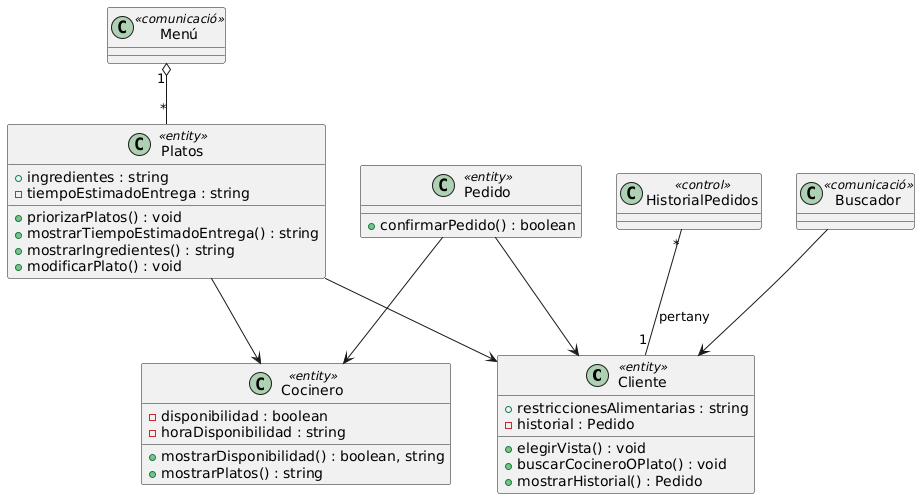
This is documents/Diagrama Clases/Diagramas/bloq2_diagrama_clase.png from dabien3/ES25UAB-511-05, a PlantUML export, as it was before one commit.
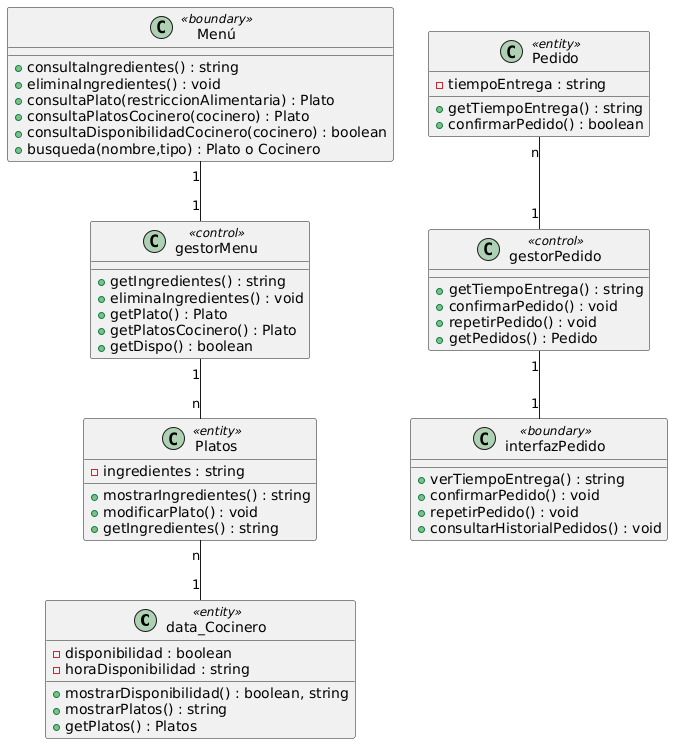
The same file after the commit.

What changed in the source:
```diff
@@ -1,41 +1,60 @@
 @startuml
-class Cliente <<entity>>
-{
-   +restriccionesAlimentarias : string
-   +elegirVista() : void
-   +buscarCocineroOPlato() : void
-   -historial : Pedido
-   +mostrarHistorial() : Pedido
-}
-class Cocinero <<entity>>
+class "data_Cocinero" as Cocinero <<entity>>
 {
    -disponibilidad : boolean
    -horaDisponibilidad : string
    +mostrarDisponibilidad() : boolean, string
    +mostrarPlatos() : string
+   +getPlatos() : Platos
 }
 class Pedido <<entity>>
 {
+   -tiempoEntrega : string
+   +getTiempoEntrega() : string
    +confirmarPedido() : boolean
 }
 class Platos <<entity>>
 {
-   +ingredientes : string
-   -tiempoEstimadoEntrega : string
-   +priorizarPlatos() : void
-   +mostrarTiempoEstimadoEntrega() : string
+   -ingredientes : string
    +mostrarIngredientes() : string
    +modificarPlato() : void
+   +getIngredientes() : string
 }
 
-class Menú <<comunicació>>
-class Buscador <<comunicació>>
-class HistorialPedidos <<control>>
-Pedido --> Cliente
-Pedido --> Cocinero
-Platos --> Cliente
-Platos --> Cocinero
-HistorialPedidos "*" -- "1" Cliente : pertany
-Menú "1" o-- "*" Platos
-Buscador --> Cliente
+class Menú <<boundary>>
+{
+   +consultaIngredientes() : string
+   +eliminaIngredientes() : void
+   +consultaPlato(restriccionAlimentaria) : Plato
+   +consultaPlatosCocinero(cocinero) : Plato
+   +consultaDisponibilidadCocinero(cocinero) : boolean
+   +busqueda(nombre,tipo) : Plato o Cocinero
+}
+class interfazPedido <<boundary>>
+{
+   +verTiempoEntrega() : string
+   +confirmarPedido() : void
+   +repetirPedido() : void
+   +consultarHistorialPedidos() : void
+}
+class gestorPedido <<control>>
+{
+   +getTiempoEntrega() : string
+   +confirmarPedido() : void
+   +repetirPedido() : void
+   +getPedidos() : Pedido
+}
+class gestorMenu <<control>>
+{
+   +getIngredientes() : string
+   +eliminaIngredientes() : void
+   +getPlato() : Plato
+   +getPlatosCocinero() : Plato
+   +getDispo() : boolean
+}
+Pedido "n"--"1" gestorPedido
+gestorPedido "1"-- "1" interfazPedido
+Platos "n" -- "1" Cocinero
+Menú "1"--"1" gestorMenu
+gestorMenu "1"--"n" Platos
 @enduml
```
